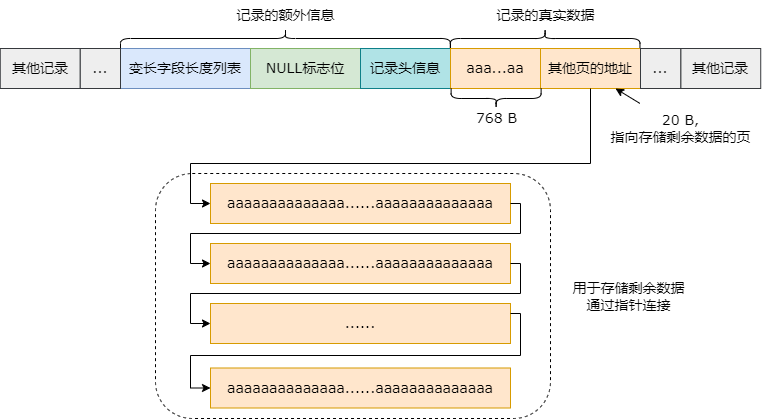
Above: database/行溢出记录示例.drawio.png in guxdong/imgrepo (draw.io), before the change. Source tidied: cells renumbered, new cells last; positions are measured from the earlier drawing's top-left corner, leaving out a move shared by most shapes.
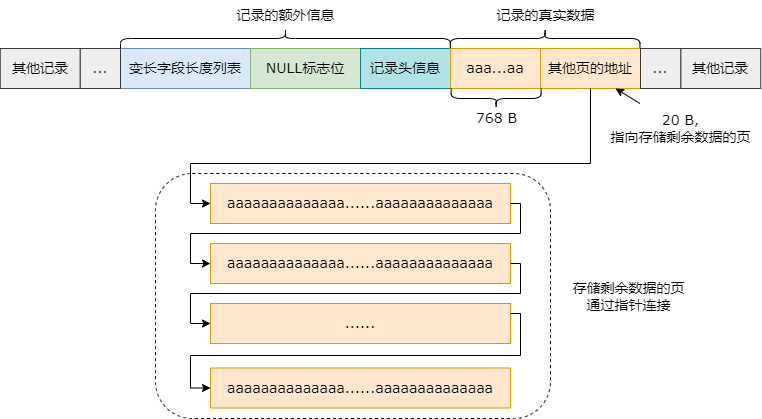
After the commit.

Commit message:
更新行溢出记录示例.drawio.png

Change to the diagram source:
```diff
@@ -113,7 +113,7 @@
     <mxCell id="29" style="rounded=1;whiteSpace=wrap;html=1;fillColor=none;dashed=1;" parent="1" vertex="1">
       <mxGeometry x="155" y="300" width="395" height="245" as="geometry" />
     </mxCell>
-    <mxCell id="30" value="&lt;font face=&quot;Verdana&quot; style=&quot;font-size: 14px;&quot;&gt;用于存储剩余数据&lt;/font&gt;&lt;div style=&quot;font-size: 14px;&quot;&gt;&lt;font face=&quot;CAwPafvQ6uSIa6cx_7zG&quot; style=&quot;font-size: 14px;&quot;&gt;通过指针连接&lt;/font&gt;&lt;/div&gt;" style="text;html=1;align=center;verticalAlign=middle;strokeColor=none;fillColor=none;" parent="1" vertex="1">
+    <mxCell id="30" value="&lt;font face=&quot;Verdana&quot; style=&quot;font-size: 14px;&quot;&gt;存储剩余数据的页&lt;/font&gt;&lt;div style=&quot;font-size: 14px;&quot;&gt;&lt;font face=&quot;CAwPafvQ6uSIa6cx_7zG&quot; style=&quot;font-size: 14px;&quot;&gt;通过指针连接&lt;/font&gt;&lt;/div&gt;" style="text;html=1;align=center;verticalAlign=middle;strokeColor=none;fillColor=none;" parent="1" vertex="1">
       <mxGeometry x="560" y="397.5" width="135" height="50" as="geometry" />
     </mxCell>
   </root>
```
